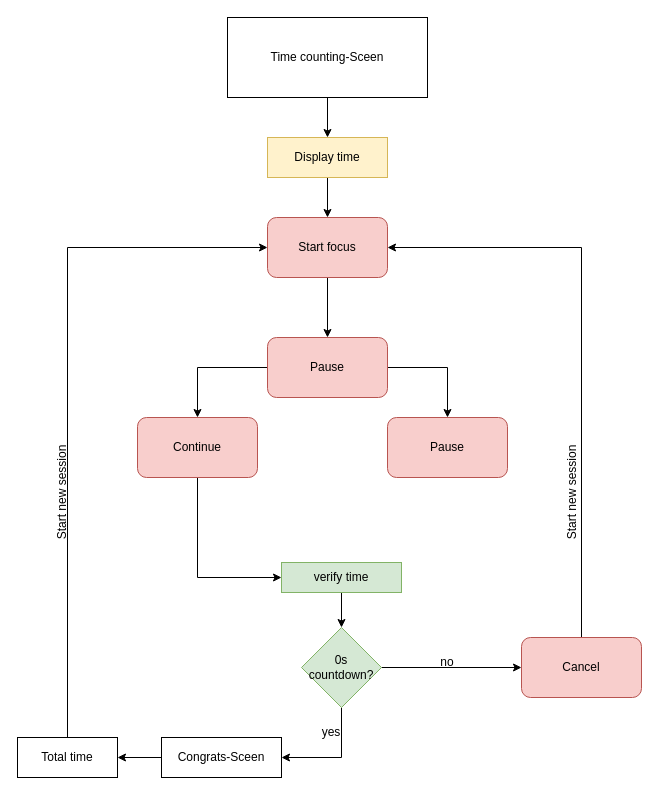
The draw.io diagram page "Seite-3" (3 of 4) of Unbenanntes Diagramm.drawio in chauanhhhhh/Demo, before the edit. Source tidied: cells renumbered, new cells numbered last; positions are measured from the earlier drawing's top-left corner, leaving out a move shared by most shapes. Both pictures are drawn from the tidied source at 100%, with x=0, y=0 at pixel (-3, 17).
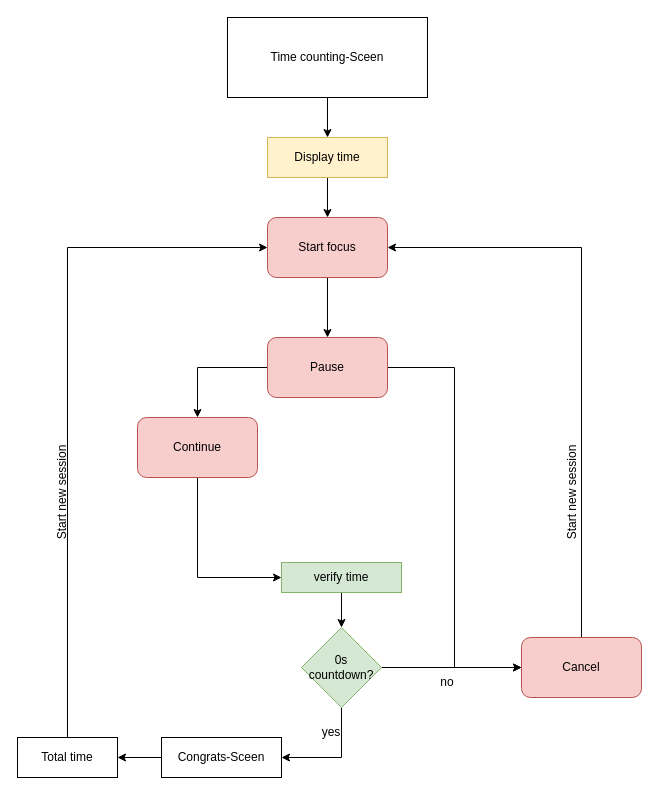
The same diagram, later.

The change refers to these unchanged cells:
```xml
<mxCell id="10" value="Pause" style="rounded=1;whiteSpace=wrap;html=1;fillColor=#f8cecc;strokeColor=#b85450;" parent="1" vertex="1">
  <mxGeometry x="270" y="320" width="120" height="60" as="geometry" />
</mxCell>
<mxCell id="21" value="Cancel" style="rounded=1;whiteSpace=wrap;html=1;fillColor=#f8cecc;strokeColor=#b85450;" parent="1" vertex="1">
  <mxGeometry x="524" y="620" width="120" height="60" as="geometry" />
</mxCell>
```

What changed in the source:
```diff
@@
-    <mxCell id="9" style="edgeStyle=orthogonalEdgeStyle;rounded=0;jettySize=auto;html=1;exitX=1;exitY=0.5;exitDx=0;exitDy=0;entryX=0.5;entryY=0;entryDx=0;entryDy=0;" parent="1" edge="1" source="10" target="13">
+    <mxCell id="9" style="edgeStyle=orthogonalEdgeStyle;rounded=0;jettySize=auto;html=1;exitX=1;exitY=0.5;exitDx=0;exitDy=0;entryX=0;entryY=0.5;entryDx=0;entryDy=0;" parent="1" edge="1" source="10" target="21">
       <mxGeometry relative="1" as="geometry" />
     </mxCell>
@@
-    <mxCell id="13" value="Pause" style="rounded=1;whiteSpace=wrap;html=1;fillColor=#f8cecc;strokeColor=#b85450;" parent="1" vertex="1">
-      <mxGeometry x="390" y="400" width="120" height="60" as="geometry" />
-    </mxCell>
@@
     <mxCell id="24" value="no" style="text;html=1;align=center;verticalAlign=middle;whiteSpace=wrap;rounded=0;" parent="1" vertex="1">
-      <mxGeometry x="420" y="630" width="60" height="30" as="geometry" />
+      <mxGeometry x="420" y="650" width="60" height="30" as="geometry" />
     </mxCell>
```
